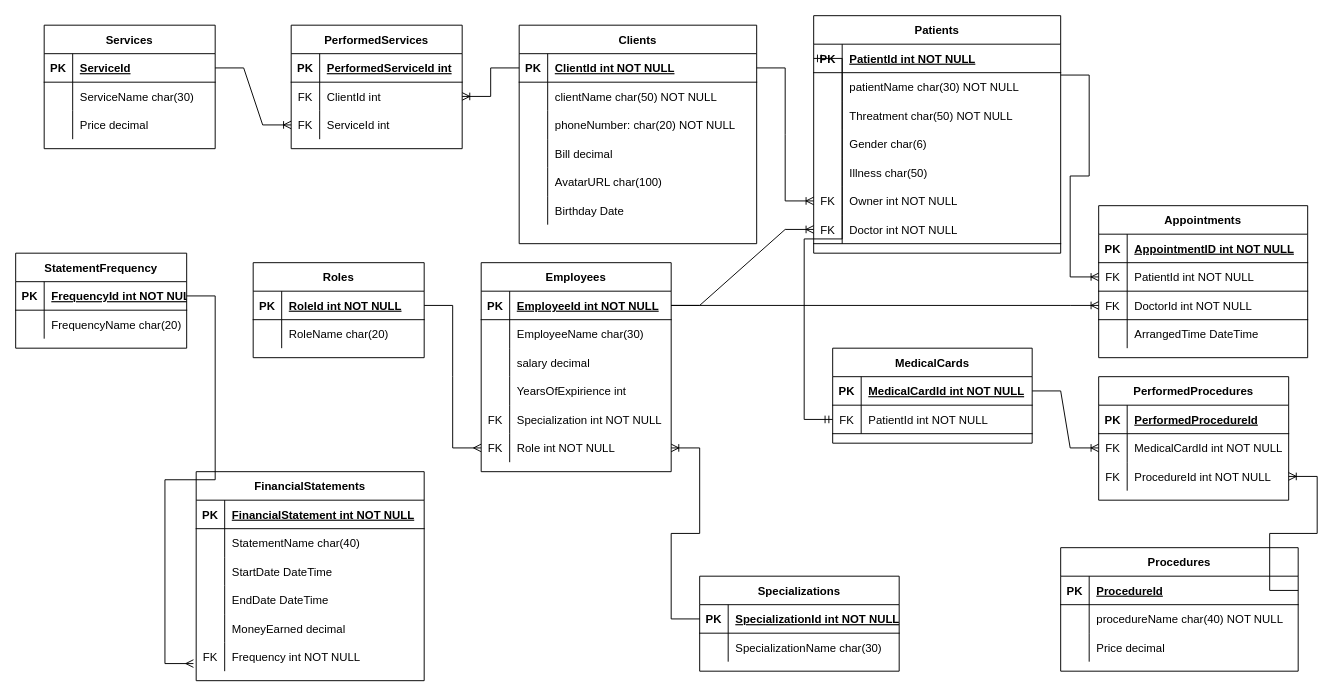
TRybina132/vetClinic keeps this draw.io diagram as testRelationship.drawio. Above is the earlier version. Source tidied: cells renumbered, new cells numbered last; positions are measured from the earlier drawing's top-left corner, leaving out a move shared by most shapes. Both pictures are drawn from the tidied source at 95%, with x=0, y=0 at pixel (15, 15).
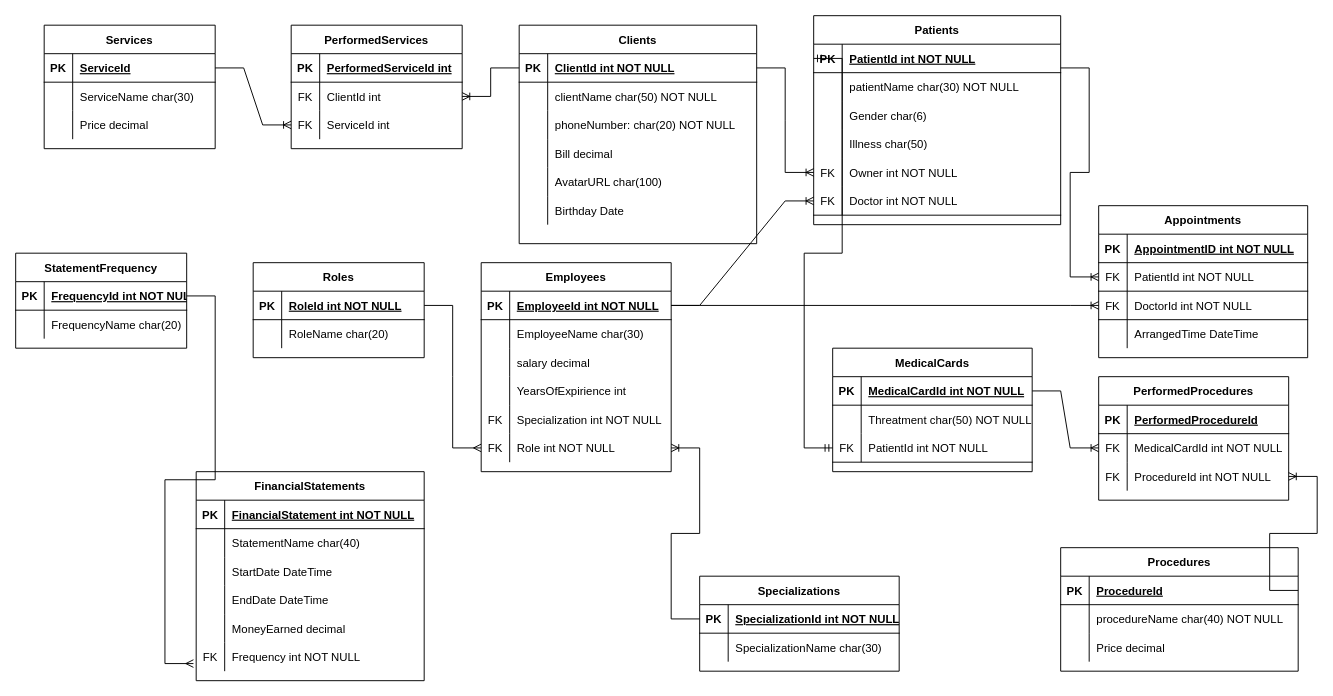
The same diagram, later.

Change to the diagram source:
```diff
@@
     <mxCell id="21" value="Patients" style="shape=table;startSize=30;childLayout=tableLayout;rowLines=0;fontStyle=1;align=center;" parent="1" vertex="1">
-      <mxGeometry x="840" width="260" height="250" as="geometry" />
+      <mxGeometry x="840" width="260" height="220" as="geometry" />
     </mxCell>
@@
-    <mxCell id="28" style="shape=tableRow;horizontal=0;startSize=0;swimlaneHead=0;swimlaneBody=0;fillColor=none;top=0;left=0;right=0;bottom=0;" parent="21" vertex="1">
-      <mxGeometry y="90" width="260" height="30" as="geometry" />
-    </mxCell>
-    <mxCell id="29" style="shape=partialRectangle;fillColor=none;top=0;left=0;bottom=0;right=0;overflow=hidden;" parent="28" vertex="1">
-      <mxGeometry width="30" height="30" as="geometry" />
-    </mxCell>
-    <mxCell id="30" value="Threatment char(50) NOT NULL" style="shape=partialRectangle;fillColor=none;top=0;left=0;bottom=0;right=0;align=left;spacingLeft=6;overflow=hidden;" parent="28" vertex="1">
-      <mxGeometry x="30" width="230" height="30" as="geometry" />
-    </mxCell>
     <mxCell id="31" style="shape=tableRow;horizontal=0;startSize=0;swimlaneHead=0;swimlaneBody=0;fillColor=none;top=0;left=0;right=0;bottom=0;" parent="21" vertex="1">
-      <mxGeometry y="120" width="260" height="30" as="geometry" />
+      <mxGeometry y="90" width="260" height="30" as="geometry" />
     </mxCell>
@@
     <mxCell id="34" style="shape=tableRow;horizontal=0;startSize=0;swimlaneHead=0;swimlaneBody=0;fillColor=none;top=0;left=0;right=0;bottom=0;" parent="21" vertex="1">
-      <mxGeometry y="150" width="260" height="30" as="geometry" />
+      <mxGeometry y="120" width="260" height="30" as="geometry" />
     </mxCell>
@@
     <mxCell id="37" style="shape=tableRow;horizontal=0;startSize=0;swimlaneHead=0;swimlaneBody=0;fillColor=none;points=[[0,0.5],[1,0.5]];portConstraint=eastwest;top=0;left=0;right=0;bottom=0;" parent="21" vertex="1">
-      <mxGeometry y="180" width="260" height="30" as="geometry" />
+      <mxGeometry y="150" width="260" height="30" as="geometry" />
     </mxCell>
@@
     <mxCell id="40" style="shape=tableRow;horizontal=0;startSize=0;swimlaneHead=0;swimlaneBody=0;fillColor=none;points=[[0,0.5],[1,0.5]];portConstraint=eastwest;top=0;left=0;right=0;bottom=1;" parent="21" vertex="1">
-      <mxGeometry y="210" width="260" height="30" as="geometry" />
+      <mxGeometry y="180" width="260" height="30" as="geometry" />
     </mxCell>
@@
     <mxCell id="101" value="MedicalCards" style="shape=table;startSize=30;childLayout=tableLayout;rowLines=0;fontStyle=1;align=center;" parent="1" vertex="1">
-      <mxGeometry x="860" y="350" width="210" height="100" as="geometry" />
+      <mxGeometry x="860" y="350" width="210" height="130" as="geometry" />
     </mxCell>
@@
+    <mxCell id="28" style="shape=tableRow;horizontal=0;startSize=0;swimlaneHead=0;swimlaneBody=0;fillColor=none;top=0;left=0;right=0;bottom=0;" parent="101" vertex="1">
+      <mxGeometry y="60" width="210" height="30" as="geometry" />
+    </mxCell>
+    <mxCell id="29" style="shape=partialRectangle;fillColor=none;top=0;left=0;bottom=0;right=0;overflow=hidden;" parent="28" vertex="1">
+      <mxGeometry width="30" height="30" as="geometry" />
+    </mxCell>
+    <mxCell id="30" value="Threatment char(50) NOT NULL" style="shape=partialRectangle;fillColor=none;top=0;left=0;bottom=0;right=0;align=left;spacingLeft=6;overflow=hidden;" parent="28" vertex="1">
+      <mxGeometry x="30" width="180" height="30" as="geometry" />
+    </mxCell>
     <mxCell id="105" style="shape=tableRow;horizontal=0;startSize=0;swimlaneHead=0;swimlaneBody=0;fillColor=none;points=[[0,0.5],[1,0.5]];portConstraint=eastwest;top=0;left=0;right=0;bottom=1;" parent="101" vertex="1">
-      <mxGeometry y="60" width="210" height="30" as="geometry" />
+      <mxGeometry y="90" width="210" height="30" as="geometry" />
     </mxCell>
```
